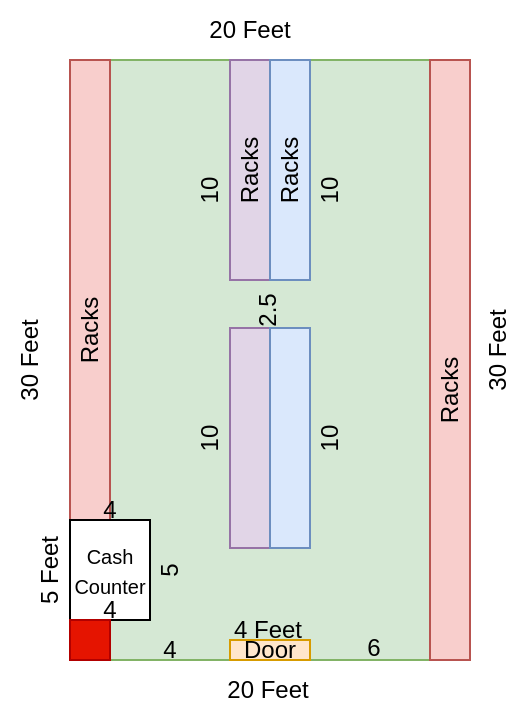
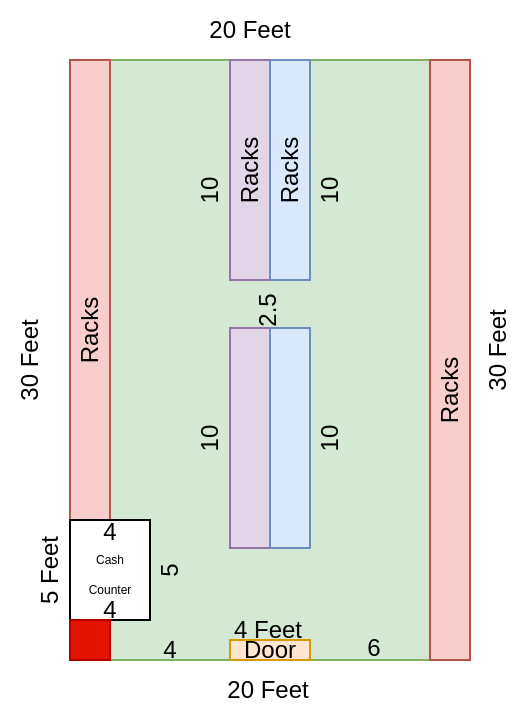
<mxfile host="app.diagrams.net">
  <diagram name="Page-1" id="zG6hiOXuOmAUIq7qCYwK">
    <mxGraphModel dx="651" dy="364" grid="1" gridSize="10" guides="1" tooltips="1" connect="1" arrows="1" fold="1" page="1" pageScale="1" pageWidth="827" pageHeight="1169" math="0" shadow="0">
      <root>
        <mxCell id="0" />
        <mxCell id="1" parent="0" />
        <mxCell id="E7O0KfWV2V88D2bBGpZ0-1" parent="1" style="whiteSpace=wrap;html=1;fillColor=#d5e8d4;strokeColor=#82b366;" value="" vertex="1">
          <mxGeometry height="300" width="200" x="230" y="170" as="geometry" />
        </mxCell>
        <mxCell id="E7O0KfWV2V88D2bBGpZ0-2" parent="1" style="whiteSpace=wrap;html=1;fillColor=#f8cecc;strokeColor=#b85450;" value="" vertex="1">
          <mxGeometry height="230" width="20" x="230" y="170" as="geometry" />
        </mxCell>
        <mxCell id="E7O0KfWV2V88D2bBGpZ0-3" parent="1" style="whiteSpace=wrap;html=1;fillColor=#f8cecc;strokeColor=#b85450;" value="" vertex="1">
          <mxGeometry height="300" width="20" x="410" y="170" as="geometry" />
        </mxCell>
        <mxCell id="E7O0KfWV2V88D2bBGpZ0-4" parent="1" style="whiteSpace=wrap;html=1;fillColor=#e1d5e7;strokeColor=#9673a6;" value="" vertex="1">
          <mxGeometry height="110" width="20" x="310" y="170" as="geometry" />
        </mxCell>
        <mxCell id="E7O0KfWV2V88D2bBGpZ0-5" parent="1" style="whiteSpace=wrap;html=1;fillColor=#dae8fc;strokeColor=#6c8ebf;" value="" vertex="1">
          <mxGeometry height="110" width="20" x="330" y="170" as="geometry" />
        </mxCell>
-         <mxCell id="E7O0KfWV2V88D2bBGpZ0-6" parent="1" style="whiteSpace=wrap;html=1;" value="&lt;font style=&quot;font-size: 10px;&quot;&gt;Cash&lt;/font&gt;&lt;div&gt;&lt;font style=&quot;font-size: 10px;&quot;&gt;Counter&lt;/font&gt;&lt;/div&gt;" vertex="1">
+         <mxCell id="E7O0KfWV2V88D2bBGpZ0-6" parent="1" style="whiteSpace=wrap;html=1;" value="&lt;font style=&quot;font-size: 6px;&quot;&gt;Cash&lt;/font&gt;&lt;div&gt;&lt;font style=&quot;font-size: 6px;&quot;&gt;Counter&lt;/font&gt;&lt;/div&gt;" vertex="1">
          <mxGeometry height="50" width="40" x="230" y="400" as="geometry" />
        </mxCell>
        <mxCell id="E7O0KfWV2V88D2bBGpZ0-7" parent="1" style="text;html=1;whiteSpace=wrap;strokeColor=none;fillColor=none;align=center;verticalAlign=middle;rounded=0;rotation=270;" value="Racks" vertex="1">
          <mxGeometry height="30" width="60" x="310" y="210" as="geometry" />
        </mxCell>
        <mxCell id="E7O0KfWV2V88D2bBGpZ0-8" parent="1" style="text;html=1;whiteSpace=wrap;strokeColor=none;fillColor=none;align=center;verticalAlign=middle;rounded=0;rotation=270;" value="Racks" vertex="1">
          <mxGeometry height="30" width="60" x="390" y="320" as="geometry" />
        </mxCell>
        <mxCell id="E7O0KfWV2V88D2bBGpZ0-9" parent="1" style="text;html=1;whiteSpace=wrap;strokeColor=none;fillColor=none;align=center;verticalAlign=middle;rounded=0;rotation=270;" value="Racks" vertex="1">
          <mxGeometry height="30" width="60" x="290" y="210" as="geometry" />
        </mxCell>
        <mxCell id="E7O0KfWV2V88D2bBGpZ0-10" parent="1" style="text;html=1;whiteSpace=wrap;strokeColor=none;fillColor=none;align=center;verticalAlign=middle;rounded=0;rotation=270;" value="Racks" vertex="1">
          <mxGeometry height="30" width="60" x="210" y="290" as="geometry" />
        </mxCell>
        <mxCell id="E7O0KfWV2V88D2bBGpZ0-11" parent="1" style="text;html=1;whiteSpace=wrap;strokeColor=#d79b00;fillColor=#ffe6cc;align=center;verticalAlign=middle;rounded=0;" value="Door" vertex="1">
          <mxGeometry height="10" width="40" x="310" y="460" as="geometry" />
        </mxCell>
        <mxCell id="E7O0KfWV2V88D2bBGpZ0-12" parent="1" style="text;html=1;whiteSpace=wrap;strokeColor=none;fillColor=none;align=center;verticalAlign=middle;rounded=0;" value="20 Feet" vertex="1">
          <mxGeometry height="30" width="60" x="299" y="470" as="geometry" />
        </mxCell>
        <mxCell id="E7O0KfWV2V88D2bBGpZ0-13" parent="1" style="text;html=1;whiteSpace=wrap;strokeColor=none;fillColor=none;align=center;verticalAlign=middle;rounded=0;" value="20 Feet" vertex="1">
          <mxGeometry height="30" width="60" x="290" y="140" as="geometry" />
        </mxCell>
        <mxCell id="E7O0KfWV2V88D2bBGpZ0-14" parent="1" style="text;html=1;whiteSpace=wrap;strokeColor=none;fillColor=none;align=center;verticalAlign=middle;rounded=0;rotation=270;" value="30 Feet" vertex="1">
          <mxGeometry height="30" width="60" x="414" y="300" as="geometry" />
        </mxCell>
        <mxCell id="E7O0KfWV2V88D2bBGpZ0-15" parent="1" style="text;html=1;whiteSpace=wrap;strokeColor=none;fillColor=none;align=center;verticalAlign=middle;rounded=0;rotation=270;" value="30 Feet" vertex="1">
          <mxGeometry height="30" width="60" x="180" y="305" as="geometry" />
        </mxCell>
        <mxCell id="E7O0KfWV2V88D2bBGpZ0-18" parent="1" style="whiteSpace=wrap;html=1;fillColor=#e1d5e7;strokeColor=#9673a6;" value="" vertex="1">
          <mxGeometry height="110" width="20" x="310" y="304" as="geometry" />
        </mxCell>
        <mxCell id="E7O0KfWV2V88D2bBGpZ0-20" parent="1" style="whiteSpace=wrap;html=1;fillColor=#dae8fc;strokeColor=#6c8ebf;" value="" vertex="1">
          <mxGeometry height="110" width="20" x="330" y="304" as="geometry" />
        </mxCell>
        <mxCell id="E7O0KfWV2V88D2bBGpZ0-21" parent="1" style="text;html=1;whiteSpace=wrap;strokeColor=none;fillColor=none;align=center;verticalAlign=middle;rounded=0;" value="4 Feet" vertex="1">
          <mxGeometry height="10" width="50" x="304" y="450" as="geometry" />
        </mxCell>
        <mxCell id="E7O0KfWV2V88D2bBGpZ0-22" parent="1" style="whiteSpace=wrap;html=1;aspect=fixed;fillColor=#e51400;fontColor=#ffffff;strokeColor=#B20000;" value="" vertex="1">
          <mxGeometry height="20" width="20" x="230" y="450" as="geometry" />
        </mxCell>
        <mxCell id="E7O0KfWV2V88D2bBGpZ0-25" parent="1" style="text;html=1;whiteSpace=wrap;strokeColor=none;fillColor=none;align=center;verticalAlign=middle;rounded=0;rotation=270;" value="5 Feet" vertex="1">
          <mxGeometry height="10" width="40" x="200" y="420" as="geometry" />
        </mxCell>
        <mxCell id="E7O0KfWV2V88D2bBGpZ0-26" parent="1" style="text;html=1;whiteSpace=wrap;strokeColor=none;fillColor=none;align=center;verticalAlign=middle;rounded=0;" value="4" vertex="1">
          <mxGeometry height="10" width="20" x="240" y="440" as="geometry" />
        </mxCell>
        <mxCell id="E7O0KfWV2V88D2bBGpZ0-27" parent="1" style="text;html=1;whiteSpace=wrap;strokeColor=none;fillColor=none;align=center;verticalAlign=middle;rounded=0;" value="4" vertex="1">
-           <mxGeometry height="10" width="20" x="240" y="390" as="geometry" />
+           <mxGeometry height="10" width="20" x="240" y="401" as="geometry" />
        </mxCell>
        <mxCell id="E7O0KfWV2V88D2bBGpZ0-28" parent="1" style="text;html=1;whiteSpace=wrap;strokeColor=none;fillColor=none;align=center;verticalAlign=middle;rounded=0;rotation=270;" value="5" vertex="1">
          <mxGeometry height="10" width="20" x="270" y="420" as="geometry" />
        </mxCell>
        <mxCell id="E7O0KfWV2V88D2bBGpZ0-29" parent="1" style="text;html=1;whiteSpace=wrap;strokeColor=none;fillColor=none;align=center;verticalAlign=middle;rounded=0;rotation=270;" value="10" vertex="1">
          <mxGeometry height="10" width="20" x="290" y="230" as="geometry" />
        </mxCell>
        <mxCell id="E7O0KfWV2V88D2bBGpZ0-30" parent="1" style="text;html=1;whiteSpace=wrap;strokeColor=none;fillColor=none;align=center;verticalAlign=middle;rounded=0;rotation=270;" value="10" vertex="1">
          <mxGeometry height="10" width="20" x="350" y="230" as="geometry" />
        </mxCell>
        <mxCell id="E7O0KfWV2V88D2bBGpZ0-31" parent="1" style="text;html=1;whiteSpace=wrap;strokeColor=none;fillColor=none;align=center;verticalAlign=middle;rounded=0;rotation=270;" value="10" vertex="1">
          <mxGeometry height="10" width="20" x="290" y="354" as="geometry" />
        </mxCell>
        <mxCell id="E7O0KfWV2V88D2bBGpZ0-32" parent="1" style="text;html=1;whiteSpace=wrap;strokeColor=none;fillColor=none;align=center;verticalAlign=middle;rounded=0;rotation=270;" value="10" vertex="1">
          <mxGeometry height="10" width="20" x="350" y="354" as="geometry" />
        </mxCell>
        <mxCell id="E7O0KfWV2V88D2bBGpZ0-34" parent="1" style="text;html=1;whiteSpace=wrap;strokeColor=none;fillColor=none;align=center;verticalAlign=middle;rounded=0;" value="4" vertex="1">
          <mxGeometry height="10" width="20" x="270" y="460" as="geometry" />
        </mxCell>
        <mxCell id="E7O0KfWV2V88D2bBGpZ0-35" parent="1" style="text;html=1;whiteSpace=wrap;strokeColor=none;fillColor=none;align=center;verticalAlign=middle;rounded=0;" value="6" vertex="1">
          <mxGeometry height="10" width="20" x="372" y="459" as="geometry" />
        </mxCell>
        <mxCell id="E7O0KfWV2V88D2bBGpZ0-37" parent="1" style="text;html=1;whiteSpace=wrap;strokeColor=none;fillColor=none;align=center;verticalAlign=middle;rounded=0;rotation=270;" value="2.5" vertex="1">
          <mxGeometry height="10" width="20" x="319" y="290" as="geometry" />
        </mxCell>
      </root>
    </mxGraphModel>
  </diagram>
</mxfile>
